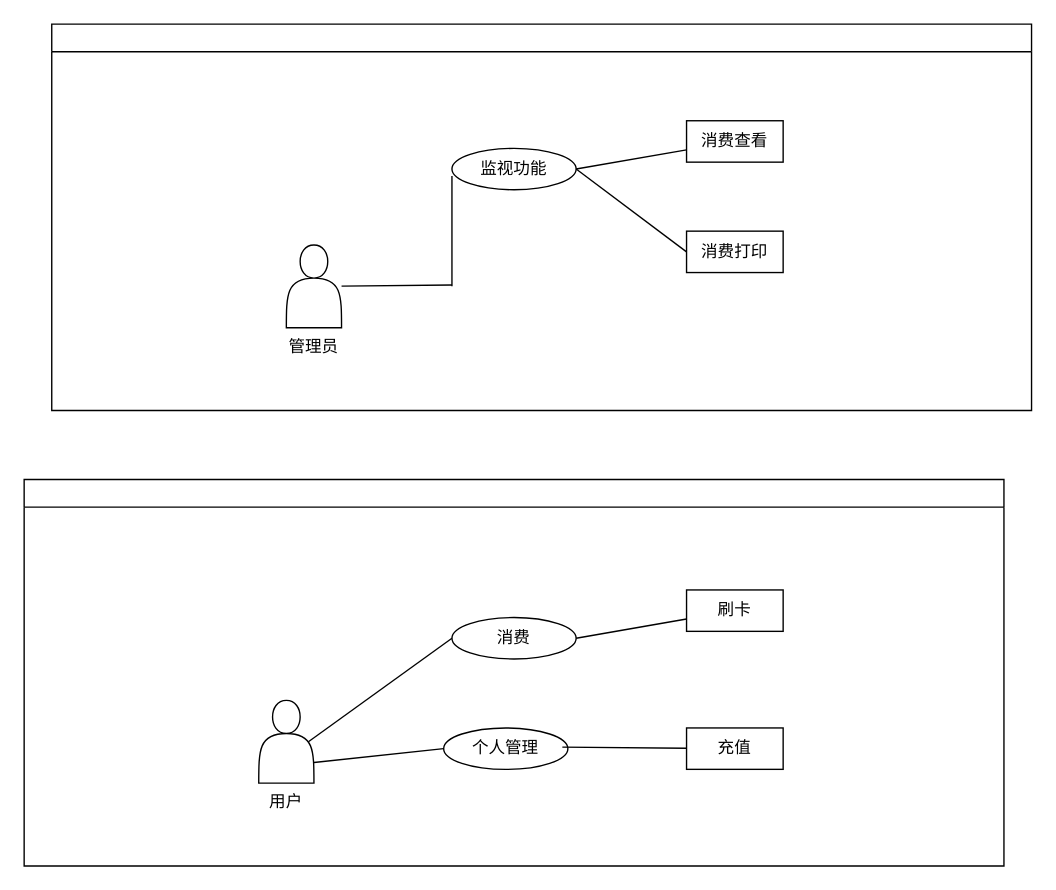
Before: 用例图.drawio in wdnb/UML, a draw.io diagram. Source tidied: cells renumbered, new cells numbered last; positions are measured from the earlier drawing's top-left corner, leaving out a move shared by most shapes. Both pictures are drawn from the tidied source at 138%, with x=0, y=0 at pixel (23, 23).
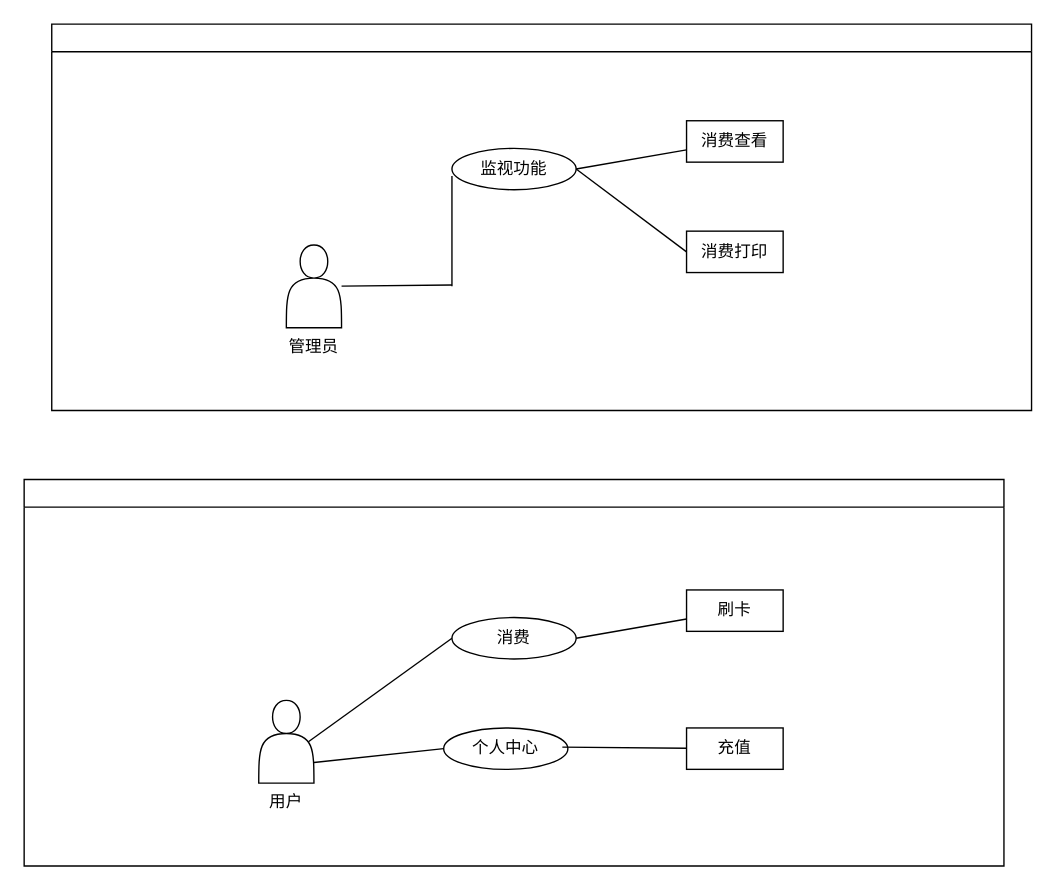
The same page after the edit.

Commit message (it also covers changes not shown here):
更新用例图.drawio

The change refers to these unchanged cells:
```xml
<mxCell id="11" style="swimlane;html=1;startSize=20;horizontal=1;containerType=tree;glass=0;" parent="1" vertex="1">
  <mxGeometry y="330" width="710" height="280" as="geometry" />
</mxCell>
```

Change to the diagram source:
```diff
@@
-    <mxCell id="17" value="个人管理" style="ellipse;whiteSpace=wrap;html=1;" parent="11" vertex="1">
+    <mxCell id="17" value="个人中心" style="ellipse;whiteSpace=wrap;html=1;" parent="11" vertex="1">
       <mxGeometry x="304" y="180" width="90" height="30" as="geometry" />
     </mxCell>
```
